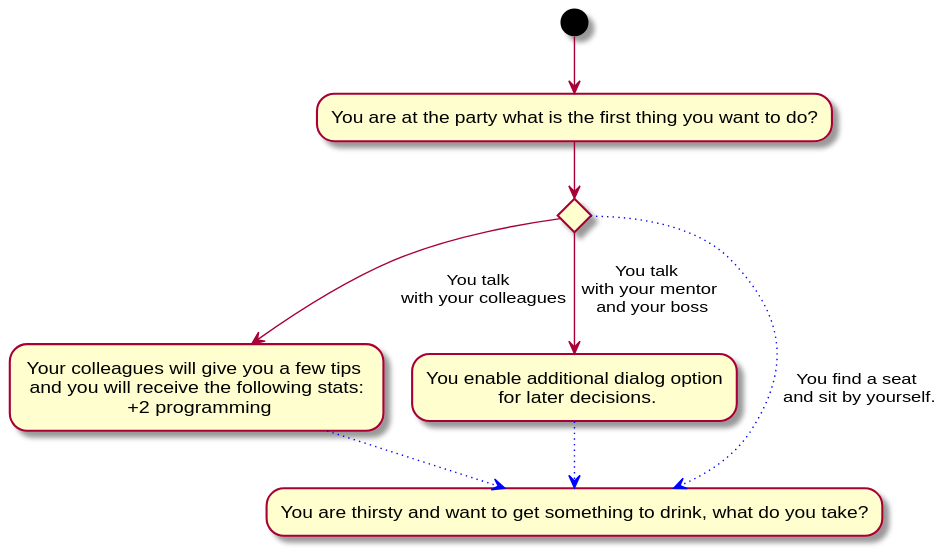
Brotenko/QualityQuest keeps this PlantUML diagram as Docs/Technical Specifications/docs/diagrams/StoryFlow/StoryFlow_Decision_7.svg. Above is the earlier version.
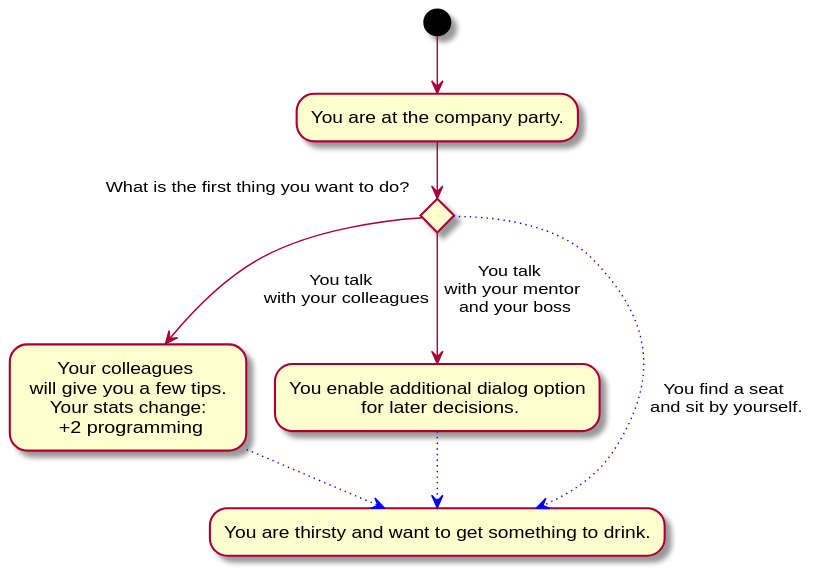
Later version of the same file.

Change to the diagram source:
```diff
@@ -1,15 +1,14 @@
 @startuml
-(*) --> "You are at the party what is the first thing you want to do?"
-if "" then
---> [You talk \n with your colleagues] "Your colleagues will give you a few tips \n and you will receive the following stats: \n +2 programming" as tipps
+(*) --> "You are at the company party."
+if "What is the first thing you want to do?" then
+--> [You talk \n with your colleagues] "Your colleagues \n will give you a few tips. \n Your stats change: \n +2 programming" as tipps
 else
 --> [You talk \n with your mentor \n and your boss] "You enable additional dialog option\n for later decisions." as ent
 
 else
--[#blue,dotted]-> [You find a seat\n and sit by yourself.] "You are thirsty and want to get something to drink, what do you take?" as alc
+-[#blue,dotted]-> [You find a seat\n and sit by yourself.] "You are thirsty and want to get something to drink." as alc
 tipps -[#blue,dotted]-> alc
 ent -[#blue,dotted]-> alc
 
-
 endif
 @enduml
```
